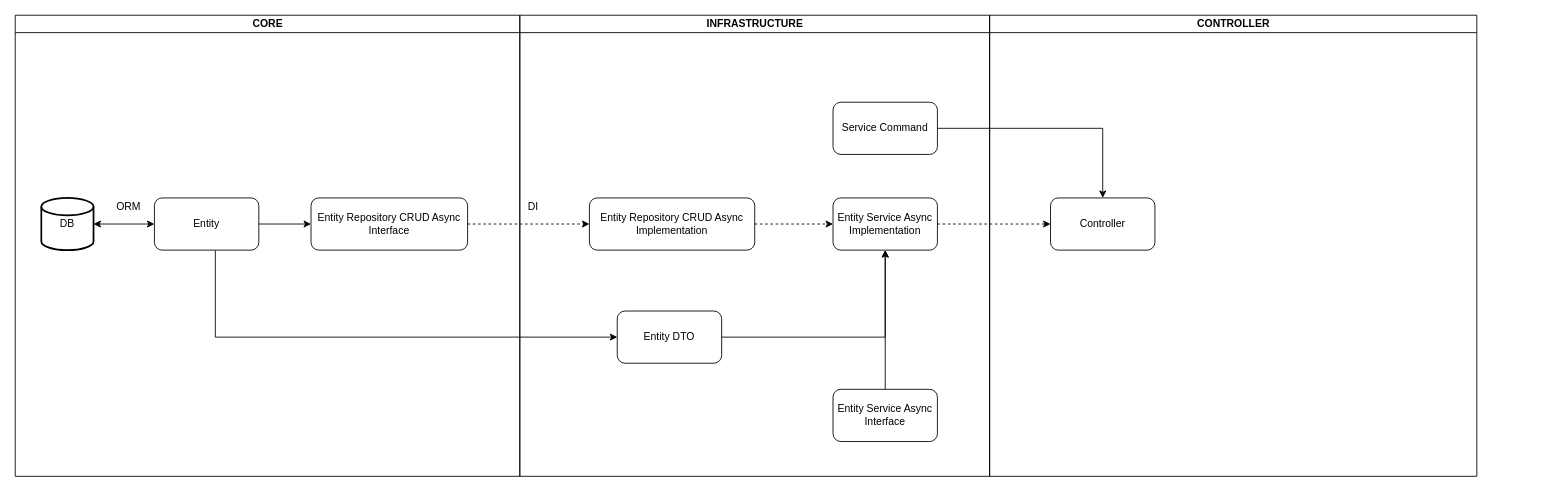
Before: Untitled Diagram.drawio in Wojtek534/draw, a draw.io diagram. Source tidied: cells renumbered, new cells numbered last; positions are measured from the earlier drawing's top-left corner, leaving out a move shared by most shapes. Both pictures are drawn from the tidied source at 87%, with x=0, y=0 at pixel (15, 15).
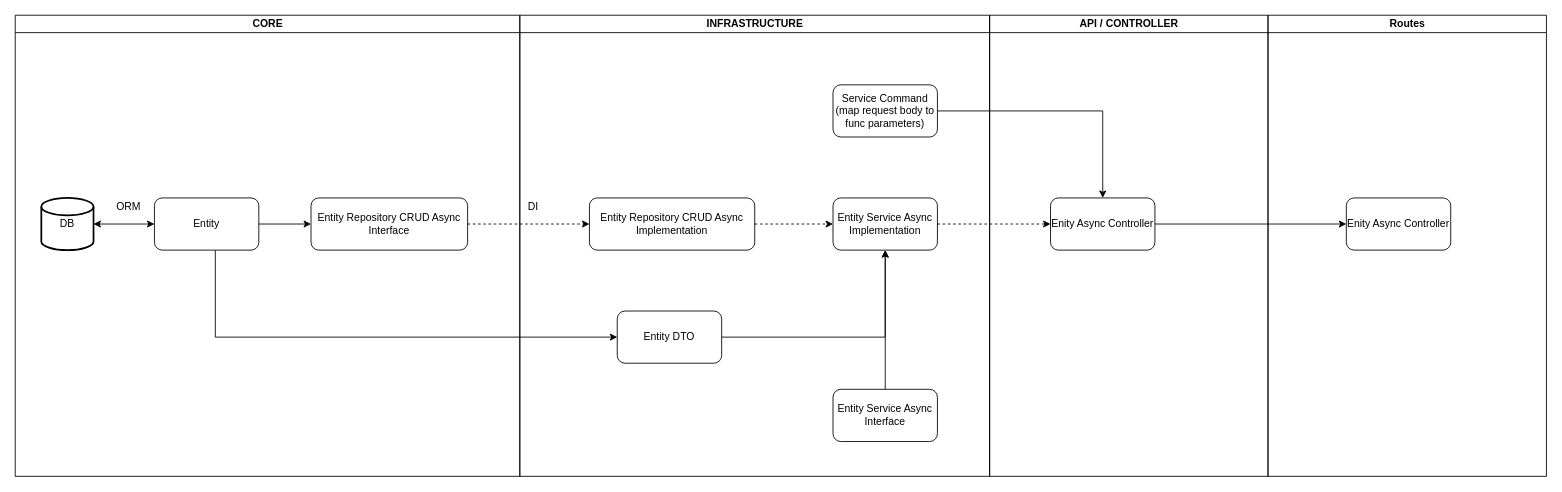
After the change.

The change refers to these unchanged cells:
```xml
<mxCell id="13" value="INFRASTRUCTURE" style="swimlane;html=1;startSize=20;horizontal=1;containerType=tree;fillColor=none;" parent="7" vertex="1">
  <mxGeometry x="580" width="540" height="530" as="geometry" />
</mxCell>
```

What changed in the source:
```diff
@@
-    <mxCell id="20" value="Service Command" style="rounded=1;whiteSpace=wrap;html=1;" parent="13" vertex="1">
-      <mxGeometry x="360" y="100" width="120" height="60" as="geometry" />
+    <mxCell id="20" value="Service Command (map request body to func parameters)" style="rounded=1;whiteSpace=wrap;html=1;" parent="13" vertex="1">
+      <mxGeometry x="360" y="80" width="120" height="60" as="geometry" />
     </mxCell>
@@
-    <mxCell id="22" value="CONTROLLER" style="swimlane;html=1;startSize=20;horizontal=1;containerType=tree;fillColor=none;" parent="1" vertex="1">
-      <mxGeometry x="1120" width="560" height="530" as="geometry" />
+    <mxCell id="22" value="API / CONTROLLER" style="swimlane;html=1;startSize=20;horizontal=1;containerType=tree;fillColor=none;" parent="1" vertex="1">
+      <mxGeometry x="1120" width="320" height="530" as="geometry" />
     </mxCell>
-    <mxCell id="23" value="Controller" style="rounded=1;whiteSpace=wrap;html=1;" parent="22" vertex="1">
+    <mxCell id="23" value="Enity Async Controller" style="rounded=1;whiteSpace=wrap;html=1;" parent="22" vertex="1">
       <mxGeometry x="70" y="210" width="120" height="60" as="geometry" />
     </mxCell>
@@
+    <mxCell id="26" value="Routes" style="swimlane;html=1;startSize=20;horizontal=1;containerType=tree;fillColor=none;" parent="1" vertex="1">
+      <mxGeometry x="1440" width="320" height="530" as="geometry" />
+    </mxCell>
+    <mxCell id="27" value="Enity Async Controller" style="rounded=1;whiteSpace=wrap;html=1;" parent="26" vertex="1">
+      <mxGeometry x="90" y="210" width="120" height="60" as="geometry" />
+    </mxCell>
+    <mxCell id="28" style="edgeStyle=orthogonalEdgeStyle;rounded=0;jettySize=auto;html=1;" parent="1" edge="1" source="23" target="27">
+      <mxGeometry relative="1" as="geometry" />
+    </mxCell>
```
